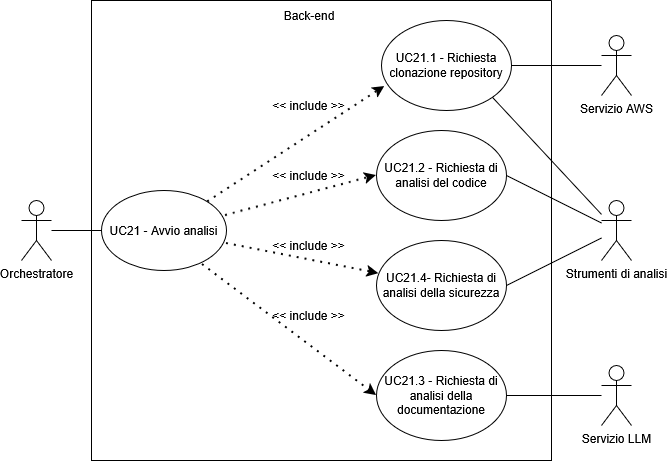
Earlier version of the draw.io export assets/diagrams/UC21.png (SkarabGroup/DocumentazioneProgetto). Source tidied: cells renumbered, new cells last; positions are measured from the earlier drawing's top-left corner, leaving out a move shared by most shapes.
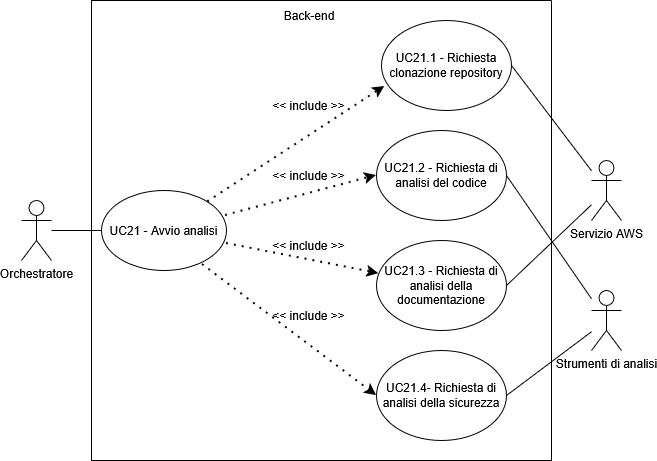
The same file after the commit.

Change to the diagram source:
```diff
@@ -29,7 +29,7 @@
     <mxCell id="10" value="&amp;lt;&amp;lt; include &amp;gt;&amp;gt;" style="text;html=1;whiteSpace=wrap;strokeColor=none;fillColor=none;align=center;verticalAlign=middle;rounded=0;" parent="3" vertex="1">
       <mxGeometry x="170" y="90" width="95" height="30" as="geometry" />
     </mxCell>
-    <mxCell id="11" value="UC21.4- Richiesta di analisi della sicurezza" style="ellipse;whiteSpace=wrap;html=1;" parent="3" vertex="1">
+    <mxCell id="11" value="UC21.3 - Richiesta di analisi della documentazione" style="ellipse;whiteSpace=wrap;html=1;" parent="3" vertex="1">
       <mxGeometry x="285" y="240" width="130" height="90" as="geometry" />
     </mxCell>
     <mxCell id="12" style="endArrow=classic;dashed=1;html=1;dashPattern=1 3;strokeWidth=2;rounded=0;strokeColor=default;curved=0;endFill=1;endSize=6;exitX=1;exitY=0.663;exitDx=0;exitDy=0;exitPerimeter=0;" parent="3" edge="1" source="4" target="11">
@@ -41,7 +41,7 @@
     <mxCell id="14" value="Back-end" style="text;html=1;whiteSpace=wrap;strokeColor=none;fillColor=none;align=center;verticalAlign=middle;rounded=0;" parent="3" vertex="1">
       <mxGeometry x="182.5" width="70" height="30" as="geometry" />
     </mxCell>
-    <mxCell id="15" value="UC21.3 - Richiesta di analisi della documentazione" style="ellipse;whiteSpace=wrap;html=1;" parent="3" vertex="1">
+    <mxCell id="15" value="UC21.4- Richiesta di analisi della sicurezza" style="ellipse;whiteSpace=wrap;html=1;" parent="3" vertex="1">
       <mxGeometry x="285" y="350" width="130" height="90" as="geometry" />
     </mxCell>
     <mxCell id="16" style="endArrow=classic;dashed=1;html=1;dashPattern=1 3;strokeWidth=2;rounded=0;strokeColor=default;curved=0;endFill=1;endSize=6;exitX=0.808;exitY=0.925;exitDx=0;exitDy=0;entryX=0;entryY=0.5;entryDx=0;entryDy=0;exitPerimeter=0;" parent="3" edge="1" source="4" target="15">
@@ -54,27 +54,21 @@
       <mxGeometry relative="1" as="geometry" />
     </mxCell>
     <mxCell id="19" value="Servizio AWS" style="shape=umlActor;verticalLabelPosition=bottom;verticalAlign=top;html=1;outlineConnect=0;" parent="1" vertex="1">
-      <mxGeometry x="580" y="35" width="30" height="60" as="geometry" />
+      <mxGeometry x="570" y="160" width="30" height="60" as="geometry" />
     </mxCell>
     <mxCell id="20" style="endArrow=none;html=1;rounded=0;exitX=1;exitY=0.5;exitDx=0;exitDy=0;" parent="1" edge="1" source="5" target="19">
       <mxGeometry relative="1" as="geometry" />
     </mxCell>
     <mxCell id="21" value="Strumenti di analisi" style="shape=umlActor;verticalLabelPosition=bottom;verticalAlign=top;html=1;outlineConnect=0;" parent="1" vertex="1">
-      <mxGeometry x="580" y="200" width="30" height="60" as="geometry" />
+      <mxGeometry x="570" y="290" width="30" height="60" as="geometry" />
     </mxCell>
-    <mxCell id="22" value="Servizio LLM" style="shape=umlActor;verticalLabelPosition=bottom;verticalAlign=top;html=1;outlineConnect=0;" parent="1" vertex="1">
-      <mxGeometry x="580" y="365" width="30" height="60" as="geometry" />
-    </mxCell>
-    <mxCell id="23" style="endArrow=none;html=1;rounded=0;exitX=1;exitY=1;exitDx=0;exitDy=0;" parent="1" edge="1" source="5" target="21">
-      <mxGeometry relative="1" as="geometry" />
-    </mxCell>
     <mxCell id="24" style="endArrow=none;html=1;rounded=0;exitX=1;exitY=0.5;exitDx=0;exitDy=0;" parent="1" edge="1" source="8" target="21">
       <mxGeometry relative="1" as="geometry" />
     </mxCell>
-    <mxCell id="25" style="endArrow=none;html=1;rounded=0;entryX=1;entryY=0.5;entryDx=0;entryDy=0;" parent="1" edge="1" source="21" target="11">
+    <mxCell id="25" style="endArrow=none;html=1;rounded=0;entryX=1;entryY=0.5;entryDx=0;entryDy=0;" parent="1" edge="1" source="21" target="15">
       <mxGeometry relative="1" as="geometry" />
     </mxCell>
-    <mxCell id="26" style="endArrow=none;html=1;rounded=0;exitX=1;exitY=0.5;exitDx=0;exitDy=0;" parent="1" edge="1" source="15" target="22">
+    <mxCell id="26" style="endArrow=none;html=1;rounded=0;exitX=1;exitY=0.5;exitDx=0;exitDy=0;" parent="1" edge="1" source="11" target="19">
       <mxGeometry relative="1" as="geometry" />
     </mxCell>
   </root>
```
